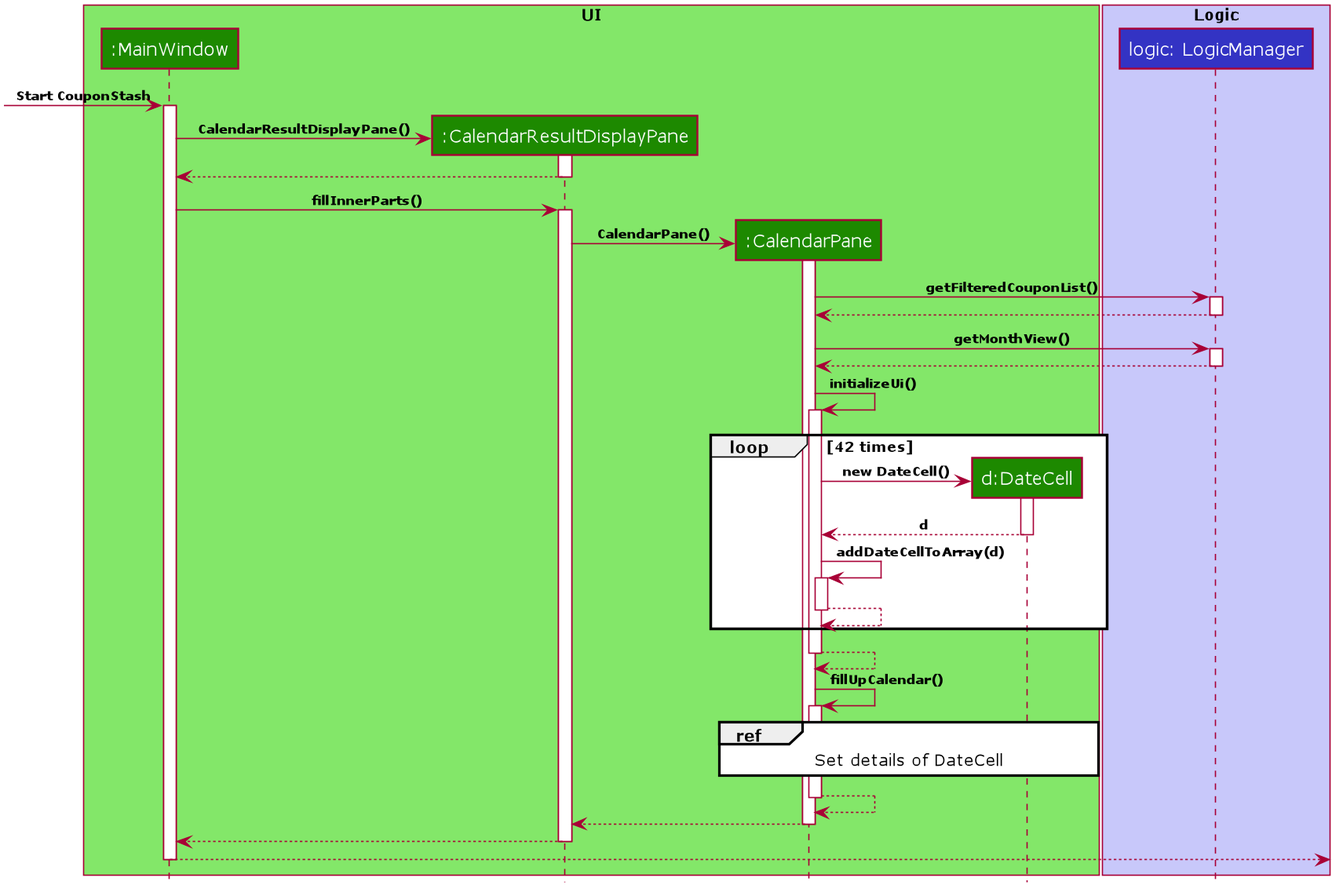
nus-cs2103-AY1920S2/addressbook-level3 keeps this PlantUML diagram as docs/images/CalendarSequenceDiagram.png. Above is the earlier version.
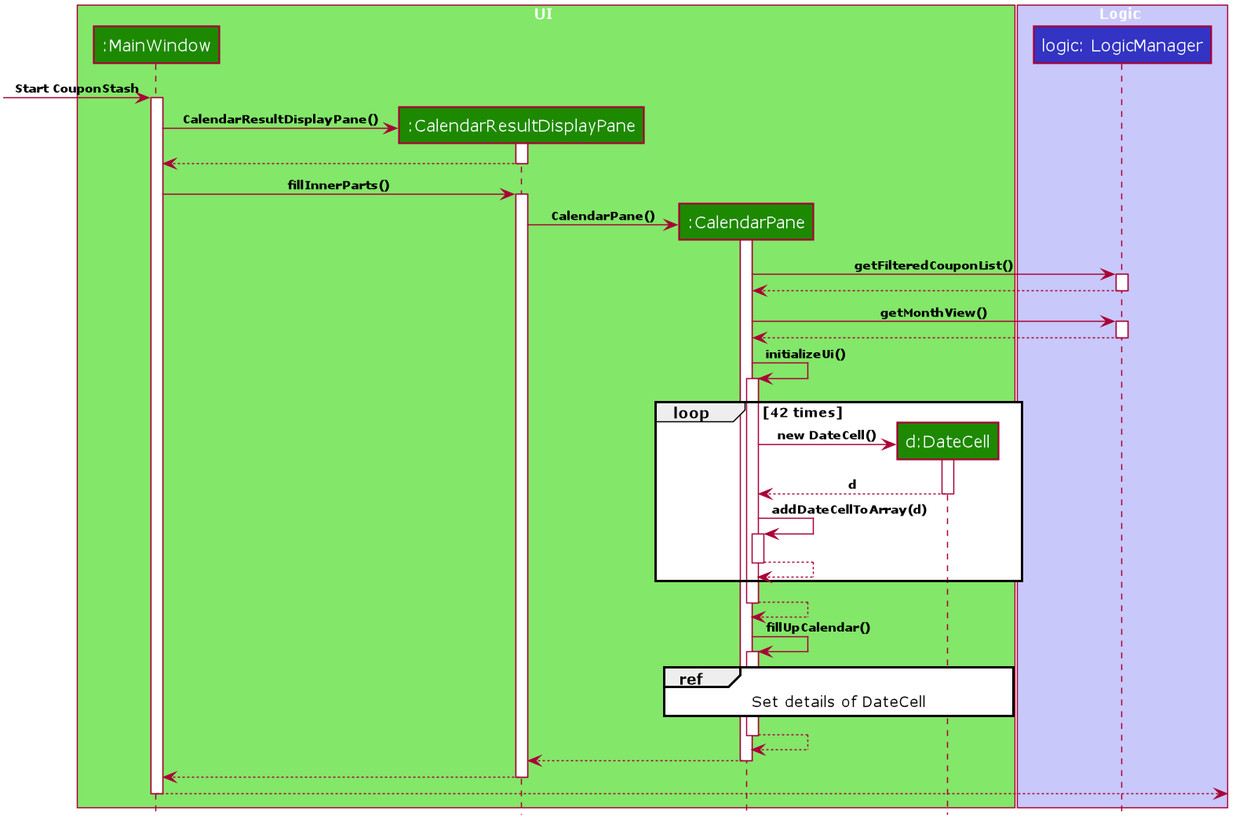
After the commit.

Change to the diagram source:
```diff
@@ -63,14 +63,14 @@
 hide circle
 
 
-box "<color:black>UI</color>" #83E769
+box UI #83E769
 participant ":MainWindow" as MainWindow #1D8900
 participant ":CalendarResultDisplayPane" as CalendarResultDisplayPane #1D8900
 participant ":CalendarPane" as CalendarPane #1D8900
 participant "d:DateCell" as DateCell #1D8900
 end box
 
-box "<color:black>Logic</color>" #C8C8FA
+box Logic #C8C8FA
 participant "logic: LogicManager" as Logic #3333C4
 end box
 
```
